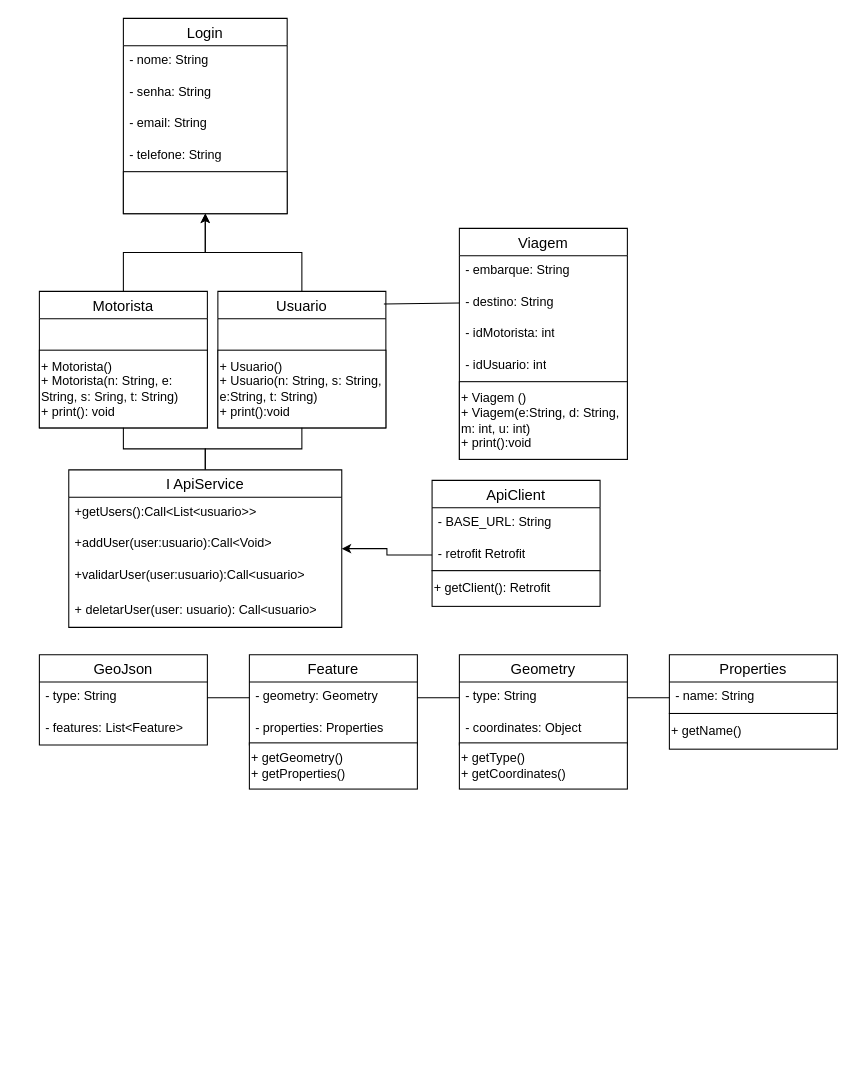
The draw.io diagram documentos/Entrega 1/Programação Orientada a Objetos e Estrutura de Dados/Diagrama de classes.drawio in 2025-1-NCC3/Projeto17, before the edit. Source tidied: cells renumbered, new cells numbered last; positions are measured from the earlier drawing's top-left corner, leaving out a move shared by most shapes. Both pictures are drawn from the tidied source at 105%, with x=0, y=0 at pixel (39, 18).
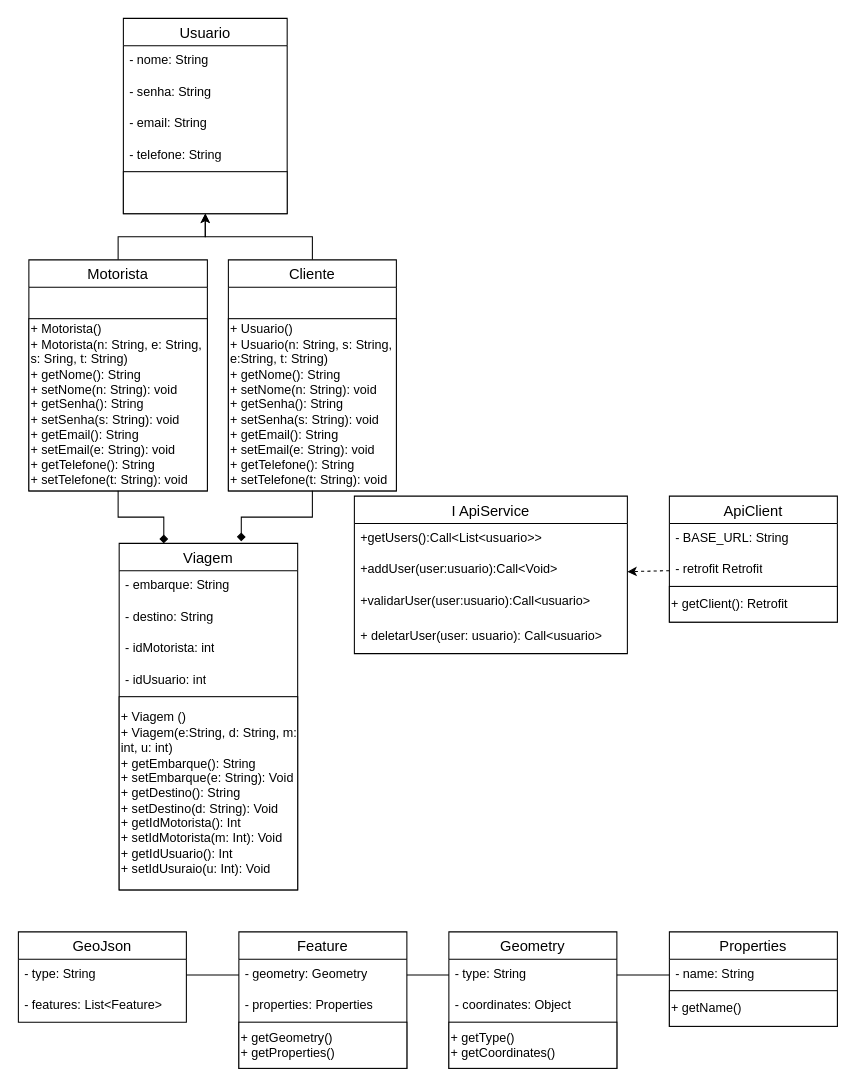
The same page after the edit.

Commit message (it also covers changes not shown here):
Diagrama de classse

Unchanged cells that the change refers to:
```xml
<mxCell id="49" value="- retrofit Retrofit" style="text;strokeColor=none;fillColor=none;spacingLeft=4;spacingRight=4;overflow=hidden;points=[[0,0.5],[1,0.5]];portConstraint=eastwest;fontSize=12;whiteSpace=wrap;html=1;" parent="47" vertex="1">
  <mxGeometry y="56" width="160" height="30" as="geometry" />
</mxCell>
```

Diff of the diagram source:
```diff
@@
-    <mxCell id="3" value="Usuario" style="swimlane;fontStyle=0;horizontal=1;startSize=26;align=center;fontSize=14;labelBackgroundColor=none;" parent="1" vertex="1">
-      <mxGeometry x="170" y="260" width="160" height="130" as="geometry" />
+    <mxCell id="3" value="Cliente" style="swimlane;fontStyle=0;horizontal=1;startSize=26;align=center;fontSize=14;labelBackgroundColor=none;" parent="1" vertex="1">
+      <mxGeometry x="180" y="230" width="160" height="220" as="geometry" />
     </mxCell>
@@
-    <mxCell id="5" value="+ Usuario()&lt;br&gt;+ Usuario(n: String, s: String, e:String, t: String)&lt;br&gt;+ print():void" style="whiteSpace=wrap;html=1;align=left;labelBackgroundColor=none;" parent="3" vertex="1">
-      <mxGeometry y="56" width="160" height="74" as="geometry" />
+    <mxCell id="5" value="+ Usuario()&lt;br&gt;+ Usuario(n: String, s: String, e:String, t: String)&lt;br&gt;+ getNome(): String&lt;br&gt;+ setNome(n: String): void&lt;br&gt;+ getSenha(): String&lt;br&gt;+ setSenha(s: String): void&amp;nbsp;&lt;br&gt;+ getEmail(): String&lt;br&gt;+ setEmail(e: String): void&lt;br&gt;+ getTelefone(): String&lt;br&gt;+ setTelefone(t: String): void" style="whiteSpace=wrap;html=1;align=left;labelBackgroundColor=none;" parent="3" vertex="1">
+      <mxGeometry y="56" width="160" height="164" as="geometry" />
     </mxCell>
-    <mxCell id="6" value="Viagem" style="swimlane;fontStyle=0;horizontal=1;startSize=26;align=center;fontSize=14;rounded=0;shadow=0;glass=0;swimlaneLine=1;labelBackgroundColor=none;" parent="1" vertex="1">
-      <mxGeometry x="400" y="200" width="160" height="220" as="geometry" />
-    </mxCell>
-    <mxCell id="7" value="- embarque: String" style="text;strokeColor=none;spacingLeft=4;spacingRight=4;overflow=hidden;fontSize=12;whiteSpace=wrap;html=1;labelBackgroundColor=none;" parent="6" vertex="1">
-      <mxGeometry y="26" width="160" height="30" as="geometry" />
-    </mxCell>
-    <mxCell id="8" value="- destino: String" style="text;strokeColor=none;spacingLeft=4;spacingRight=4;overflow=hidden;points=[[0,0.5],[1,0.5]];portConstraint=eastwest;fontSize=12;whiteSpace=wrap;html=1;labelBackgroundColor=none;" parent="6" vertex="1">
-      <mxGeometry y="56" width="160" height="30" as="geometry" />
-    </mxCell>
-    <mxCell id="9" value="- idMotorista: int" style="text;strokeColor=none;spacingLeft=4;spacingRight=4;overflow=hidden;fontSize=12;whiteSpace=wrap;html=1;labelBackgroundColor=none;" parent="6" vertex="1">
-      <mxGeometry y="86" width="160" height="30" as="geometry" />
-    </mxCell>
-    <mxCell id="10" value="- idUsuario: int" style="text;strokeColor=none;spacingLeft=4;spacingRight=4;overflow=hidden;fontSize=12;whiteSpace=wrap;html=1;labelBackgroundColor=none;" parent="6" vertex="1">
-      <mxGeometry y="116" width="160" height="30" as="geometry" />
-    </mxCell>
-    <mxCell id="11" value="+ Viagem ()&amp;nbsp;&lt;br&gt;+ Viagem(e:String, d: String, m: int, u: int)&lt;br&gt;+ print():void" style="whiteSpace=wrap;html=1;align=left;labelBackgroundColor=none;" parent="6" vertex="1">
-      <mxGeometry y="146" width="160" height="74" as="geometry" />
-    </mxCell>
@@
     <mxCell id="13" value="Motorista" style="swimlane;fontStyle=0;horizontal=1;startSize=26;align=center;fontSize=14;labelBackgroundColor=none;" parent="1" vertex="1">
-      <mxGeometry y="260" width="160" height="130" as="geometry" />
+      <mxGeometry x="-10" y="230" width="170" height="220" as="geometry" />
     </mxCell>
     <mxCell id="14" style="text;strokeColor=none;spacingLeft=4;spacingRight=4;overflow=hidden;fontSize=12;whiteSpace=wrap;html=1;labelBackgroundColor=none;" parent="13" vertex="1">
-      <mxGeometry y="26" width="160" height="30" as="geometry" />
+      <mxGeometry y="26" width="170" height="30" as="geometry" />
     </mxCell>
-    <mxCell id="15" value="+ Motorista()&lt;br&gt;+ Motorista(n: String, e: String, s: Sring, t: String)&lt;br&gt;+ print(): void" style="whiteSpace=wrap;html=1;align=left;labelBackgroundColor=none;" parent="13" vertex="1">
-      <mxGeometry y="56" width="160" height="74" as="geometry" />
+    <mxCell id="15" value="+ Motorista()&lt;br&gt;+ Motorista(n: String, e: String, s: Sring, t: String)&lt;br&gt;+ getNome(): String&lt;br style=&quot;border-color: var(--border-color);&quot;&gt;+ setNome(n: String): void&lt;br style=&quot;border-color: var(--border-color);&quot;&gt;+ getSenha(): String&lt;br style=&quot;border-color: var(--border-color);&quot;&gt;+ setSenha(s: String): void&amp;nbsp;&lt;br style=&quot;border-color: var(--border-color);&quot;&gt;+ getEmail(): String&lt;br style=&quot;border-color: var(--border-color);&quot;&gt;+ setEmail(e: String): void&lt;br style=&quot;border-color: var(--border-color);&quot;&gt;+ getTelefone(): String&lt;br style=&quot;border-color: var(--border-color);&quot;&gt;+ setTelefone(t: String): void" style="whiteSpace=wrap;html=1;align=left;labelBackgroundColor=none;" parent="13" vertex="1">
+      <mxGeometry y="56" width="170" height="164" as="geometry" />
     </mxCell>
-    <mxCell id="16" value="Login" style="swimlane;fontStyle=0;horizontal=1;startSize=26;align=center;fontSize=14;labelBackgroundColor=none;" parent="1" vertex="1">
+    <mxCell id="16" value="Usuario" style="swimlane;fontStyle=0;horizontal=1;startSize=26;align=center;fontSize=14;labelBackgroundColor=none;" parent="1" vertex="1">
       <mxGeometry x="80" width="156" height="186" as="geometry" />
     </mxCell>
@@
-    <mxCell id="22" style="edgeStyle=none;rounded=0;jettySize=auto;html=1;entryX=0;entryY=0.5;entryDx=0;entryDy=0;endArrow=none;endFill=0;labelBackgroundColor=none;fontColor=default;exitX=0.988;exitY=0.092;exitDx=0;exitDy=0;exitPerimeter=0;" parent="1" edge="1" source="3" target="8">
-      <mxGeometry relative="1" as="geometry" />
-    </mxCell>
     <mxCell id="23" value="GeoJson" style="swimlane;fontStyle=0;horizontal=1;startSize=26;align=center;fontSize=14;" parent="1" vertex="1">
-      <mxGeometry y="606" width="160" height="86" as="geometry" />
+      <mxGeometry x="-20" y="870" width="160" height="86" as="geometry" />
     </mxCell>
@@
     <mxCell id="26" value="Feature" style="swimlane;fontStyle=0;horizontal=1;startSize=26;align=center;fontSize=14;" parent="1" vertex="1">
-      <mxGeometry x="200" y="606" width="160" height="86" as="geometry" />
+      <mxGeometry x="190" y="870" width="160" height="130" as="geometry" />
     </mxCell>
@@
+    <mxCell id="37" value="&lt;div&gt;+ getGeometry()&lt;/div&gt;&lt;div&gt;+ getProperties()&lt;/div&gt;" style="whiteSpace=wrap;html=1;align=left;labelBackgroundColor=none;" parent="26" vertex="1">
+      <mxGeometry y="86" width="160" height="44" as="geometry" />
+    </mxCell>
@@
     <mxCell id="30" value="Geometry" style="swimlane;fontStyle=0;horizontal=1;startSize=26;align=center;fontSize=14;" parent="1" vertex="1">
-      <mxGeometry x="400" y="606" width="160" height="86" as="geometry" />
+      <mxGeometry x="390" y="870" width="160" height="130" as="geometry" />
     </mxCell>
@@
+    <mxCell id="38" value="&lt;div&gt;+ getType()&lt;/div&gt;&lt;div&gt;+ getCoordinates()&lt;/div&gt;" style="whiteSpace=wrap;html=1;align=left;labelBackgroundColor=none;" parent="30" vertex="1">
+      <mxGeometry y="86" width="160" height="44" as="geometry" />
+    </mxCell>
     <mxCell id="33" value="Properties" style="swimlane;fontStyle=0;horizontal=1;startSize=26;align=center;fontSize=14;" parent="1" vertex="1">
-      <mxGeometry x="600" y="606" width="160" height="56" as="geometry" />
+      <mxGeometry x="600" y="870" width="160" height="90" as="geometry" />
     </mxCell>
@@
+    <mxCell id="39" value="+ getName()" style="whiteSpace=wrap;html=1;align=left;labelBackgroundColor=none;" parent="33" vertex="1">
+      <mxGeometry y="56" width="160" height="34" as="geometry" />
+    </mxCell>
@@
-    <mxCell id="37" value="&lt;div&gt;+ getGeometry()&lt;/div&gt;&lt;div&gt;+ getProperties()&lt;/div&gt;" style="whiteSpace=wrap;html=1;align=left;labelBackgroundColor=none;" parent="1" vertex="1">
-      <mxGeometry x="200" y="690" width="160" height="44" as="geometry" />
-    </mxCell>
-    <mxCell id="38" value="&lt;div&gt;+ getType()&lt;/div&gt;&lt;div&gt;+ getCoordinates()&lt;/div&gt;" style="whiteSpace=wrap;html=1;align=left;labelBackgroundColor=none;" parent="1" vertex="1">
-      <mxGeometry x="400" y="690" width="160" height="44" as="geometry" />
-    </mxCell>
-    <mxCell id="39" value="+ getName()" style="whiteSpace=wrap;html=1;align=left;labelBackgroundColor=none;" parent="1" vertex="1">
-      <mxGeometry x="600" y="662" width="160" height="34" as="geometry" />
-    </mxCell>
-    <mxCell id="40" style="edgeStyle=orthogonalEdgeStyle;rounded=0;jettySize=auto;html=1;entryX=0.5;entryY=1;entryDx=0;entryDy=0;endArrow=none;startFill=0;" parent="1" edge="1" source="42" target="5">
-      <mxGeometry relative="1" as="geometry" />
-    </mxCell>
-    <mxCell id="41" style="edgeStyle=orthogonalEdgeStyle;rounded=0;jettySize=auto;html=1;exitX=0.5;exitY=0;exitDx=0;exitDy=0;entryX=0.5;entryY=1;entryDx=0;entryDy=0;endArrow=none;startFill=0;" parent="1" edge="1" source="42" target="13">
-      <mxGeometry relative="1" as="geometry" />
-    </mxCell>
     <mxCell id="42" value="I ApiService" style="swimlane;fontStyle=0;horizontal=1;startSize=26;align=center;fontSize=14;" parent="1" vertex="1">
-      <mxGeometry x="28" y="430" width="260" height="150" as="geometry" />
+      <mxGeometry x="300" y="455" width="260" height="150" as="geometry" />
     </mxCell>
@@
     <mxCell id="47" value="ApiClient" style="swimlane;fontStyle=0;horizontal=1;startSize=26;align=center;fontSize=14;" parent="1" vertex="1">
-      <mxGeometry x="374" y="440" width="160" height="86" as="geometry" />
+      <mxGeometry x="600" y="455" width="160" height="120" as="geometry" />
     </mxCell>
@@
+    <mxCell id="51" value="+ getClient(): Retrofit" style="whiteSpace=wrap;html=1;align=left;labelBackgroundColor=none;" parent="47" vertex="1">
+      <mxGeometry y="86" width="160" height="34" as="geometry" />
+    </mxCell>
+    <mxCell id="6" value="Viagem" style="swimlane;fontStyle=0;horizontal=1;startSize=26;align=center;fontSize=14;rounded=0;shadow=0;glass=0;swimlaneLine=1;labelBackgroundColor=none;" parent="1" vertex="1">
+      <mxGeometry x="76" y="500" width="170" height="330" as="geometry" />
+    </mxCell>
+    <mxCell id="7" value="- embarque: String" style="text;strokeColor=none;spacingLeft=4;spacingRight=4;overflow=hidden;fontSize=12;whiteSpace=wrap;html=1;labelBackgroundColor=none;" parent="6" vertex="1">
+      <mxGeometry y="26" width="170" height="30" as="geometry" />
+    </mxCell>
+    <mxCell id="8" value="- destino: String" style="text;strokeColor=none;spacingLeft=4;spacingRight=4;overflow=hidden;points=[[0,0.5],[1,0.5]];portConstraint=eastwest;fontSize=12;whiteSpace=wrap;html=1;labelBackgroundColor=none;" parent="6" vertex="1">
+      <mxGeometry y="56" width="170" height="30" as="geometry" />
+    </mxCell>
+    <mxCell id="9" value="- idMotorista: int" style="text;strokeColor=none;spacingLeft=4;spacingRight=4;overflow=hidden;fontSize=12;whiteSpace=wrap;html=1;labelBackgroundColor=none;" parent="6" vertex="1">
+      <mxGeometry y="86" width="170" height="30" as="geometry" />
+    </mxCell>
+    <mxCell id="10" value="- idUsuario: int" style="text;strokeColor=none;spacingLeft=4;spacingRight=4;overflow=hidden;fontSize=12;whiteSpace=wrap;html=1;labelBackgroundColor=none;" parent="6" vertex="1">
+      <mxGeometry y="116" width="170" height="30" as="geometry" />
+    </mxCell>
+    <mxCell id="11" value="+ Viagem ()&amp;nbsp;&lt;br&gt;+ Viagem(e:String, d: String, m: int, u: int)&lt;br&gt;+ getEmbarque(): String&lt;br&gt;+ setEmbarque(e: String): Void&lt;br&gt;+ getDestino(): String&lt;br&gt;+ setDestino(d: String): Void&lt;br&gt;+ getIdMotorista(): Int&lt;br&gt;+ setIdMotorista(m: Int): Void&lt;br&gt;+ getIdUsuario(): Int&lt;br&gt;+ setIdUsuraio(u: Int): Void" style="whiteSpace=wrap;html=1;align=left;labelBackgroundColor=none;" parent="6" vertex="1">
+      <mxGeometry y="146" width="170" height="184" as="geometry" />
+    </mxCell>
-    <mxCell id="50" style="edgeStyle=orthogonalEdgeStyle;rounded=0;jettySize=auto;html=1;" parent="1" edge="1" source="49" target="42">
+    <mxCell id="50" style="rounded=0;jettySize=auto;html=1;exitX=0;exitY=0.5;exitDx=0;exitDy=0;dashed=1;" parent="1" edge="1" source="49" target="42">
       <mxGeometry relative="1" as="geometry" />
     </mxCell>
-    <mxCell id="51" value="+ getClient(): Retrofit" style="whiteSpace=wrap;html=1;align=left;labelBackgroundColor=none;" parent="1" vertex="1">
-      <mxGeometry x="374" y="526" width="160" height="34" as="geometry" />
-    </mxCell>
+    <mxCell id="52" style="edgeStyle=orthogonalEdgeStyle;rounded=0;jettySize=auto;html=1;entryX=0.684;entryY=-0.006;entryDx=0;entryDy=0;entryPerimeter=0;endArrow=diamond;endFill=1;" parent="1" edge="1" source="5" target="6">
+      <mxGeometry relative="1" as="geometry" />
+    </mxCell>
+    <mxCell id="53" style="edgeStyle=orthogonalEdgeStyle;rounded=0;jettySize=auto;html=1;entryX=0.25;entryY=0;entryDx=0;entryDy=0;endArrow=diamond;endFill=1;" parent="1" edge="1" source="15" target="6">
+      <mxGeometry relative="1" as="geometry" />
+    </mxCell>
```
